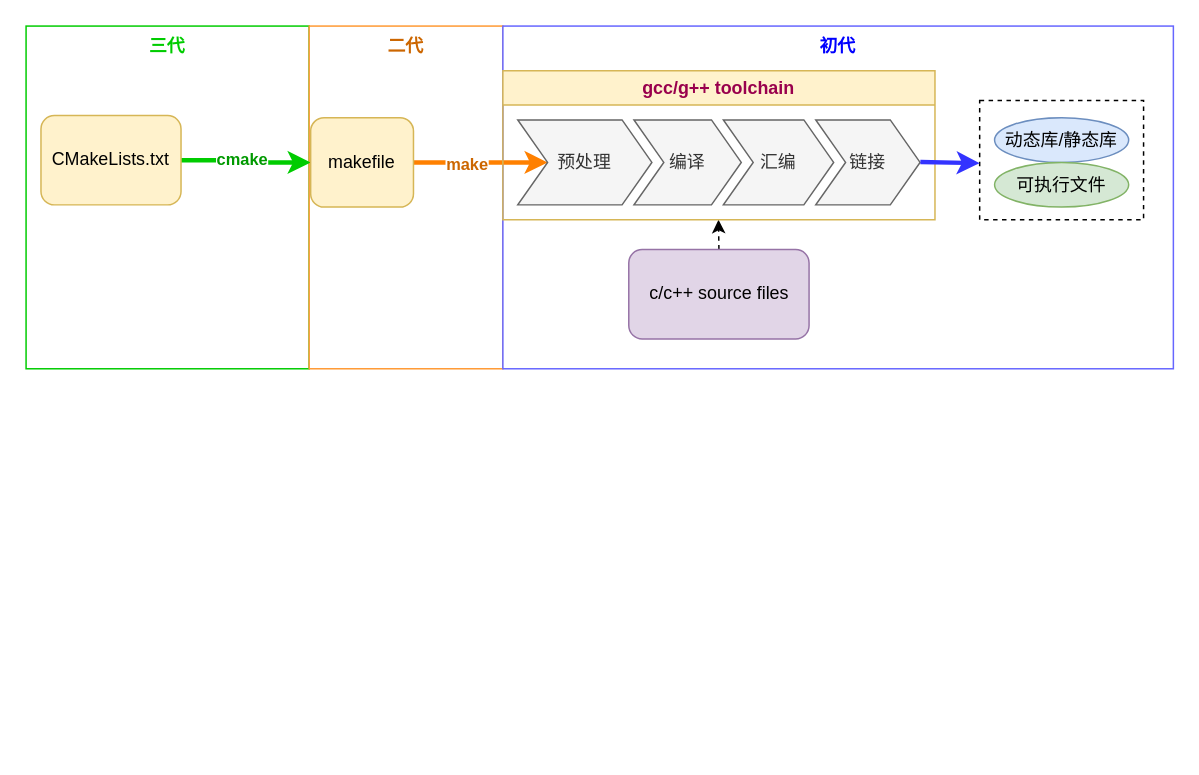
Above: cmake_tutorial.drawio in oksep/diagrams-material (draw.io), before the change. Source tidied: cells renumbered, new cells numbered last; positions are measured from the earlier drawing's top-left corner, leaving out a move shared by most shapes. Both pictures are drawn from the tidied source at 149%, with x=0, y=0 at pixel (25, 25).
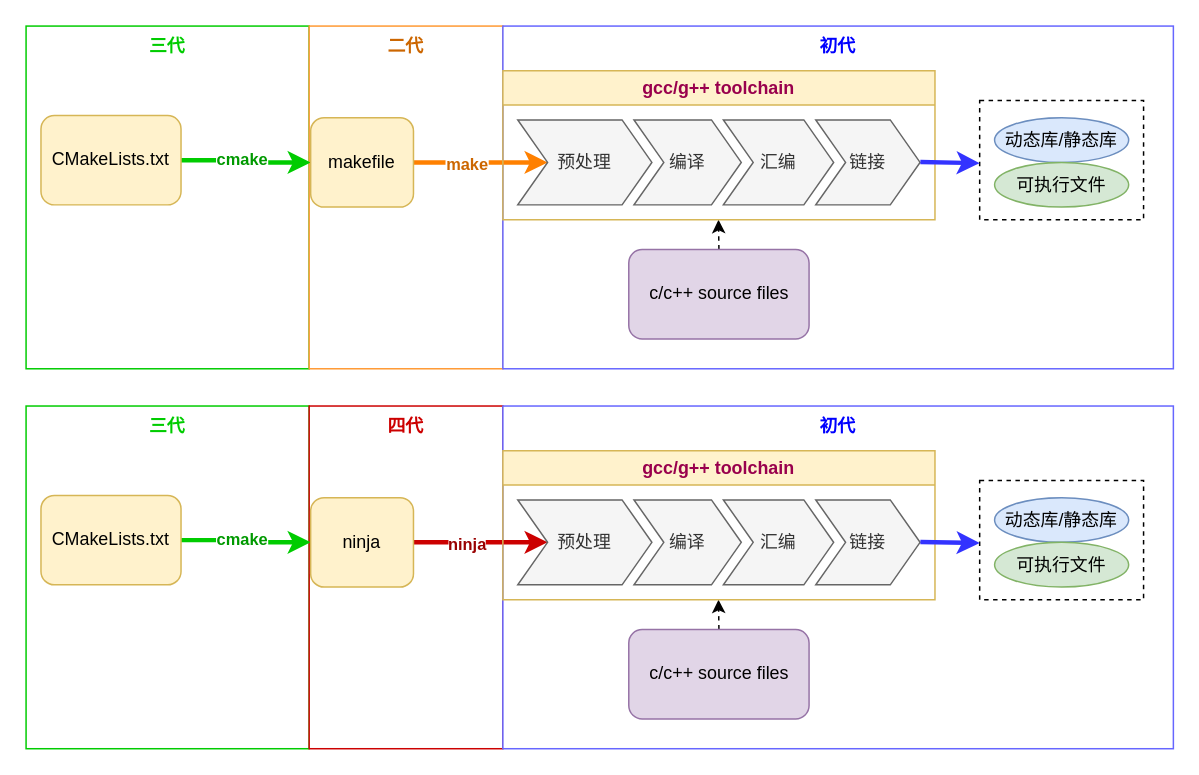
The same page after the edit.

Diff of the diagram source:
```diff
@@
+    <mxCell id="22" value="三代" style="rounded=0;whiteSpace=wrap;html=1;strokeColor=#00CC00;verticalAlign=top;fontStyle=1;fontColor=#00CC00;" parent="1" vertex="1">
+      <mxGeometry y="255" width="190" height="230" as="geometry" />
+    </mxCell>
+    <mxCell id="23" value="四代" style="rounded=0;whiteSpace=wrap;html=1;strokeColor=#CC0000;verticalAlign=top;fontStyle=1;fontColor=#CC0000;" parent="1" vertex="1">
+      <mxGeometry x="190" y="255" width="130" height="230" as="geometry" />
+    </mxCell>
+    <mxCell id="24" value="初代" style="rounded=0;whiteSpace=wrap;html=1;strokeColor=#6666FF;verticalAlign=top;fontStyle=1;fontColor=#0000FF;" parent="1" vertex="1">
+      <mxGeometry x="320" y="255" width="450" height="230" as="geometry" />
+    </mxCell>
+    <mxCell id="25" style="rounded=0;whiteSpace=wrap;html=1;dashed=1;fillColor=none;" parent="1" vertex="1">
+      <mxGeometry x="640" y="305" width="110" height="80" as="geometry" />
+    </mxCell>
+    <mxCell id="26" style="edgeStyle=orthogonalEdgeStyle;rounded=0;jettySize=auto;html=1;exitX=0.5;exitY=0;exitDx=0;exitDy=0;dashed=1;" parent="1" edge="1" source="27">
+      <mxGeometry relative="1" as="geometry">
+        <mxPoint x="464.7" y="385" as="targetPoint" />
+      </mxGeometry>
+    </mxCell>
+    <mxCell id="27" value="c/c++ source files" style="rounded=1;whiteSpace=wrap;html=1;fillColor=#e1d5e7;strokeColor=#9673a6;" parent="1" vertex="1">
+      <mxGeometry x="404.5" y="405" width="121" height="60" as="geometry" />
+    </mxCell>
+    <mxCell id="28" style="edgeStyle=orthogonalEdgeStyle;rounded=0;jettySize=auto;html=1;exitX=1;exitY=0.5;exitDx=0;exitDy=0;strokeWidth=3;strokeColor=#00CC00;" parent="1" edge="1" source="30" target="33">
+      <mxGeometry relative="1" as="geometry" />
+    </mxCell>
+    <mxCell id="29" value="cmake" style="edgeLabel;html=1;align=center;verticalAlign=middle;fontStyle=1;fontColor=#009900;" parent="28" vertex="1">
+      <mxGeometry x="-0.09" y="1" relative="1" as="geometry" />
+    </mxCell>
+    <mxCell id="30" value="CMakeLists.txt" style="rounded=1;whiteSpace=wrap;html=1;fillColor=#fff2cc;strokeColor=#d6b656;" parent="1" vertex="1">
+      <mxGeometry x="10" y="315" width="94" height="60" as="geometry" />
+    </mxCell>
+    <mxCell id="31" style="edgeStyle=orthogonalEdgeStyle;rounded=0;jettySize=auto;html=1;exitX=1;exitY=0.5;exitDx=0;exitDy=0;strokeWidth=3;strokeColor=#CC0000;" parent="1" edge="1" source="33" target="35">
+      <mxGeometry relative="1" as="geometry" />
+    </mxCell>
+    <mxCell id="32" value="ninja" style="edgeLabel;html=1;align=center;verticalAlign=middle;fontStyle=1;fontColor=#990000;" parent="31" vertex="1">
+      <mxGeometry x="-0.23" relative="1" as="geometry">
+        <mxPoint y="1" as="offset" />
+      </mxGeometry>
+    </mxCell>
+    <mxCell id="33" value="ninja" style="rounded=1;whiteSpace=wrap;html=1;fillColor=#fff2cc;strokeColor=#d6b656;" parent="1" vertex="1">
+      <mxGeometry x="191" y="316.5" width="69" height="60" as="geometry" />
+    </mxCell>
+    <mxCell id="34" value="&lt;font color=&quot;#99004d&quot;&gt;gcc/g++ toolchain&lt;/font&gt;" style="swimlane;horizontal=1;fillColor=#fff2cc;strokeColor=#d6b656;stackBorder=10;align=center;whiteSpace=wrap;html=1;" parent="1" vertex="1">
+      <mxGeometry x="320" y="285" width="290" height="100" as="geometry" />
+    </mxCell>
+    <mxCell id="35" value="预处理" style="shape=step;perimeter=stepPerimeter;fixedSize=1;points=[];whiteSpace=wrap;html=1;fillColor=#f5f5f5;fontColor=#333333;strokeColor=#666666;" parent="34" vertex="1">
+      <mxGeometry x="10" y="33" width="90" height="57" as="geometry" />
+    </mxCell>
+    <mxCell id="36" value="编译" style="shape=step;perimeter=stepPerimeter;fixedSize=1;whiteSpace=wrap;html=1;fillColor=#f5f5f5;fontColor=#333333;strokeColor=#666666;" parent="34" vertex="1">
+      <mxGeometry x="88" y="33" width="72" height="57" as="geometry" />
+    </mxCell>
+    <mxCell id="37" value="汇编" style="shape=step;perimeter=stepPerimeter;fixedSize=1;whiteSpace=wrap;html=1;fillColor=#f5f5f5;fontColor=#333333;strokeColor=#666666;" parent="34" vertex="1">
+      <mxGeometry x="148" y="33" width="74" height="57" as="geometry" />
+    </mxCell>
+    <mxCell id="38" value="链接" style="shape=step;perimeter=stepPerimeter;fixedSize=1;points=[];whiteSpace=wrap;html=1;fillColor=#f5f5f5;fontColor=#333333;strokeColor=#666666;" parent="34" vertex="1">
+      <mxGeometry x="210" y="33" width="70" height="57" as="geometry" />
+    </mxCell>
+    <mxCell id="39" style="endArrow=classic;html=1;rounded=0;exitX=1.003;exitY=0.496;exitDx=0;exitDy=0;exitPerimeter=0;strokeWidth=3;strokeColor=#3333FF;" parent="1" edge="1" source="38">
+      <mxGeometry relative="1" as="geometry">
+        <mxPoint x="640" y="347" as="targetPoint" />
+      </mxGeometry>
+    </mxCell>
+    <mxCell id="40" value="动态库/静态库" style="shape=ellipse;html=1;dashed=0;whiteSpace=wrap;perimeter=ellipsePerimeter;fillColor=#dae8fc;strokeColor=#6c8ebf;" parent="1" vertex="1">
+      <mxGeometry x="650" y="316.5" width="90" height="30" as="geometry" />
+    </mxCell>
+    <mxCell id="41" value="可执行文件" style="shape=ellipse;html=1;dashed=0;whiteSpace=wrap;perimeter=ellipsePerimeter;fillColor=#d5e8d4;strokeColor=#82b366;" parent="1" vertex="1">
+      <mxGeometry x="650" y="346.5" width="90" height="30" as="geometry" />
+    </mxCell>
```
